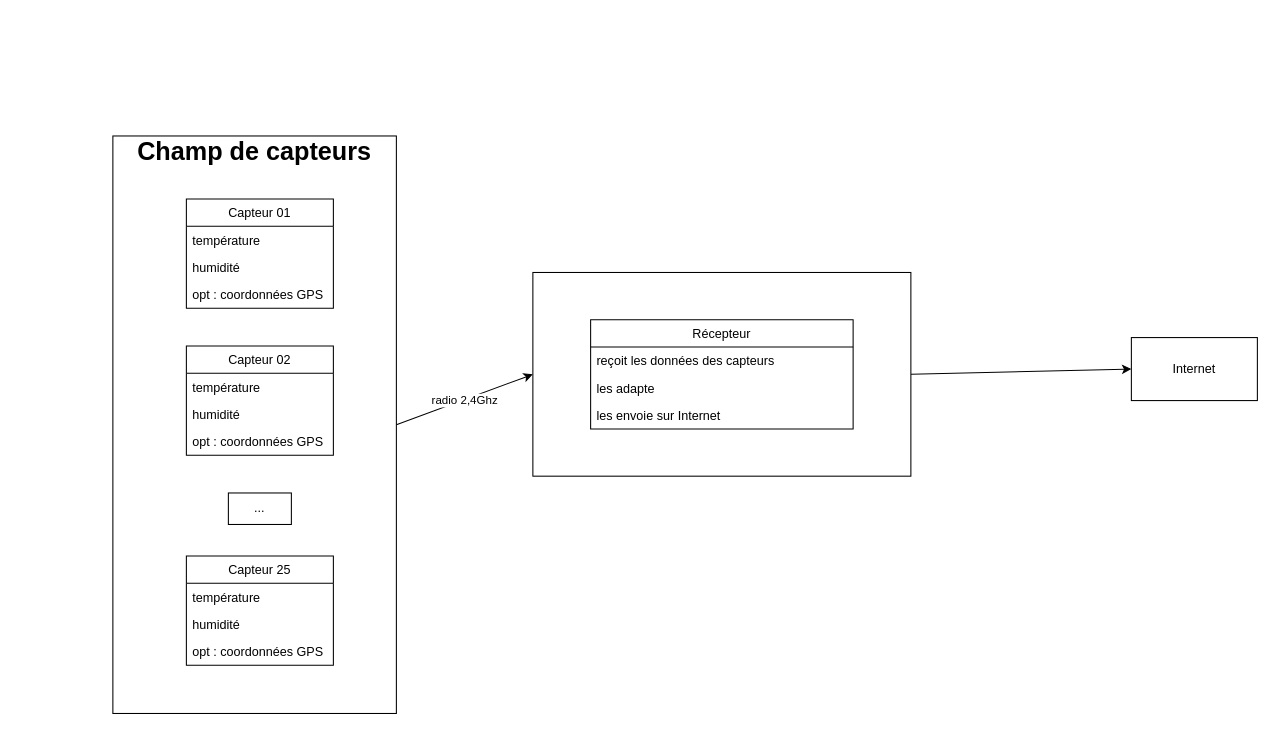
Before: Diagramme.drawio in Gdonzeau/Frost, a draw.io diagram. Source tidied: cells renumbered, new cells numbered last; positions are measured from the earlier drawing's top-left corner, leaving out a move shared by most shapes. Both pictures are drawn from the tidied source at 105%, with x=0, y=0 at pixel (112, 135).
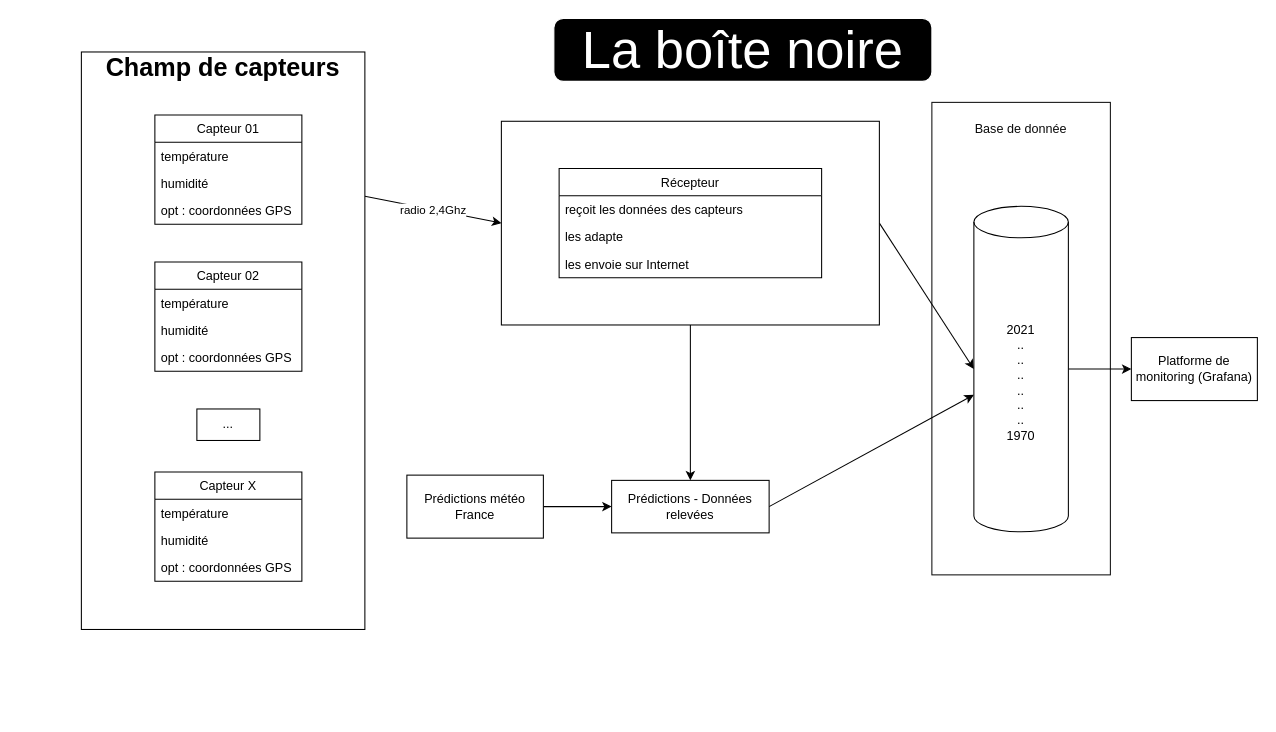
The same page after the edit.

Commit message:
Ajustement après les apports de Yoan

Change to the diagram source:
```diff
@@
+    <mxCell id="26" value="&lt;p style=&quot;font-size: 12px;&quot;&gt;&lt;font color=&quot;#0a0a0a&quot; style=&quot;line-height: 0.3; font-size: 12px;&quot;&gt;Base de donnée&lt;/font&gt;&lt;/p&gt;" style="rounded=0;whiteSpace=wrap;html=1;fontSize=12;fontColor=#FFFFFF;strokeColor=#0F0F0F;fillColor=#FFFFFF;verticalAlign=top;" parent="1" vertex="1">
+      <mxGeometry x="780" y="-32" width="170" height="450" as="geometry" />
+    </mxCell>
-    <mxCell id="2" style="rounded=0;jettySize=auto;html=1;exitX=1;exitY=0.5;exitDx=0;exitDy=0;entryX=0;entryY=0.5;entryDx=0;entryDy=0;" parent="1" edge="1" source="4" target="20">
+    <mxCell id="2" style="rounded=0;jettySize=auto;html=1;exitX=1;exitY=0.25;exitDx=0;exitDy=0;entryX=0;entryY=0.5;entryDx=0;entryDy=0;" parent="1" edge="1" source="4" target="20">
       <mxGeometry relative="1" as="geometry" />
     </mxCell>
@@
+    <mxCell id="27" style="rounded=0;jettySize=auto;html=1;exitX=0.5;exitY=1;exitDx=0;exitDy=0;entryX=0.5;entryY=0;entryDx=0;entryDy=0;" parent="1" edge="1" source="20" target="32">
+      <mxGeometry relative="1" as="geometry" />
+    </mxCell>
+    <mxCell id="28" style="rounded=0;jettySize=auto;html=1;exitX=1;exitY=0.5;exitDx=0;exitDy=0;entryX=0;entryY=0.5;entryDx=0;entryDy=0;entryPerimeter=0;" parent="1" edge="1" source="20" target="34">
+      <mxGeometry relative="1" as="geometry" />
+    </mxCell>
+    <mxCell id="25" value="Platforme de monitoring (Grafana)" style="rounded=0;whiteSpace=wrap;html=1;" parent="1" vertex="1">
+      <mxGeometry x="970" y="192" width="120" height="60" as="geometry" />
+    </mxCell>
+    <mxCell id="29" style="edgeStyle=orthogonalEdgeStyle;rounded=0;jettySize=auto;html=1;exitX=1;exitY=0.5;exitDx=0;exitDy=0;entryX=0;entryY=0.5;entryDx=0;entryDy=0;" parent="1" edge="1" source="30" target="32">
+      <mxGeometry relative="1" as="geometry" />
+    </mxCell>
+    <mxCell id="30" value="Prédictions météo France" style="rounded=0;whiteSpace=wrap;html=1;" parent="1" vertex="1">
+      <mxGeometry x="280" y="323" width="130" height="60" as="geometry" />
+    </mxCell>
+    <mxCell id="31" style="rounded=0;jettySize=auto;html=1;exitX=1;exitY=0.5;exitDx=0;exitDy=0;" parent="1" edge="1" source="32" target="34">
+      <mxGeometry relative="1" as="geometry" />
+    </mxCell>
+    <mxCell id="32" value="Prédictions - Données relevées" style="rounded=0;whiteSpace=wrap;html=1;" parent="1" vertex="1">
+      <mxGeometry x="475" y="328" width="150" height="50" as="geometry" />
+    </mxCell>
+    <mxCell id="33" style="rounded=0;jettySize=auto;html=1;exitX=1;exitY=0.5;exitDx=0;exitDy=0;exitPerimeter=0;entryX=0;entryY=0.5;entryDx=0;entryDy=0;" parent="1" edge="1" source="34" target="25">
+      <mxGeometry relative="1" as="geometry" />
+    </mxCell>
+    <mxCell id="34" value="2021&lt;br&gt;..&lt;br&gt;..&lt;br&gt;..&lt;br&gt;..&lt;br&gt;..&lt;br&gt;..&lt;br&gt;1970" style="shape=cylinder3;whiteSpace=wrap;html=1;boundedLbl=1;backgroundOutline=1;size=15;" parent="1" vertex="1">
+      <mxGeometry x="820" y="67" width="90" height="310" as="geometry" />
+    </mxCell>
+    <mxCell id="35" value="&lt;font color=&quot;#ffffff&quot; style=&quot;font-size: 50px&quot;&gt;La boîte noire&lt;/font&gt;" style="rounded=1;whiteSpace=wrap;html=1;fillColor=#000000;strokeColor=#FFFFFF;" parent="1" vertex="1">
+      <mxGeometry x="420" y="-112" width="360" height="60" as="geometry" />
+    </mxCell>
+    <mxCell id="36" style="group;" parent="1" vertex="1">
+      <mxGeometry x="-90" y="-32" width="270" height="550" as="geometry" />
+    </mxCell>
+    <mxCell id="37" style="group;" parent="36" vertex="1">
+      <mxGeometry x="60" y="-48" width="270" height="550" as="geometry" />
+    </mxCell>
-    <mxCell id="4" value="&lt;h1&gt;&lt;br&gt;&lt;/h1&gt;" style="rounded=0;whiteSpace=wrap;html=1;strokeColor=default;" parent="1" vertex="1">
+    <mxCell id="4" value="&lt;h1&gt;&lt;br&gt;&lt;/h1&gt;" style="rounded=0;whiteSpace=wrap;html=1;strokeColor=default;" parent="37" vertex="1">
       <mxGeometry width="270" height="550" as="geometry" />
     </mxCell>
-    <mxCell id="5" value="Capteur 01" style="swimlane;fontStyle=0;horizontal=1;startSize=26;fillColor=none;" parent="1" vertex="1">
+    <mxCell id="5" value="Capteur 01" style="swimlane;fontStyle=0;horizontal=1;startSize=26;fillColor=none;" parent="37" vertex="1">
       <mxGeometry x="70" y="60" width="140" height="104" as="geometry" />
     </mxCell>
@@
-    <mxCell id="9" value="Capteur 02" style="swimlane;fontStyle=0;horizontal=1;startSize=26;fillColor=none;" parent="1" vertex="1">
+    <mxCell id="9" value="Capteur 02" style="swimlane;fontStyle=0;horizontal=1;startSize=26;fillColor=none;" parent="37" vertex="1">
       <mxGeometry x="70" y="200" width="140" height="104" as="geometry" />
     </mxCell>
@@
-    <mxCell id="13" value="Capteur 25" style="swimlane;fontStyle=0;horizontal=1;startSize=26;fillColor=none;" parent="1" vertex="1">
+    <mxCell id="13" value="Capteur X" style="swimlane;fontStyle=0;horizontal=1;startSize=26;fillColor=none;" parent="37" vertex="1">
       <mxGeometry x="70" y="400" width="140" height="104" as="geometry" />
     </mxCell>
@@
-    <mxCell id="17" value="..." style="text;html=1;strokeColor=default;fillColor=none;align=center;verticalAlign=middle;whiteSpace=wrap;rounded=0;" parent="1" vertex="1">
+    <mxCell id="17" value="..." style="text;html=1;strokeColor=default;fillColor=none;align=center;verticalAlign=middle;whiteSpace=wrap;rounded=0;" parent="37" vertex="1">
       <mxGeometry x="110" y="340" width="60" height="30" as="geometry" />
     </mxCell>
-    <mxCell id="18" value="&lt;h1&gt;Champ de capteurs&lt;/h1&gt;" style="text;html=1;strokeColor=none;fillColor=none;align=center;verticalAlign=middle;whiteSpace=wrap;rounded=0;" parent="1" vertex="1">
+    <mxCell id="18" value="&lt;h1&gt;Champ de capteurs&lt;/h1&gt;" style="text;html=1;strokeColor=none;fillColor=none;align=center;verticalAlign=middle;whiteSpace=wrap;rounded=0;" parent="37" vertex="1">
       <mxGeometry width="270" height="30" as="geometry" />
     </mxCell>
-    <mxCell id="19" style="rounded=0;jettySize=auto;html=1;exitX=1;exitY=0.5;exitDx=0;exitDy=0;entryX=0;entryY=0.5;entryDx=0;entryDy=0;" parent="1" edge="1" source="20" target="25">
-      <mxGeometry relative="1" as="geometry" />
-    </mxCell>
+    <mxCell id="38" style="group;" parent="1" vertex="1">
+      <mxGeometry x="370" y="-14" width="360" height="194" as="geometry" />
+    </mxCell>
-    <mxCell id="20" style="rounded=0;whiteSpace=wrap;html=1;strokeColor=default;" parent="1" vertex="1">
-      <mxGeometry x="400" y="130" width="360" height="194" as="geometry" />
+    <mxCell id="20" style="rounded=0;whiteSpace=wrap;html=1;strokeColor=default;" parent="38" vertex="1">
+      <mxGeometry width="360" height="194" as="geometry" />
     </mxCell>
-    <mxCell id="21" value="Récepteur" style="swimlane;fontStyle=0;horizontal=1;startSize=26;fillColor=none;strokeColor=default;" parent="1" vertex="1">
-      <mxGeometry x="455" y="175" width="250" height="104" as="geometry" />
+    <mxCell id="21" value="Récepteur" style="swimlane;fontStyle=0;horizontal=1;startSize=26;fillColor=none;strokeColor=default;" parent="38" vertex="1">
+      <mxGeometry x="55" y="45" width="250" height="104" as="geometry" />
     </mxCell>
@@
-    <mxCell id="25" value="Internet" style="rounded=0;whiteSpace=wrap;html=1;" parent="1" vertex="1">
-      <mxGeometry x="970" y="192" width="120" height="60" as="geometry" />
-    </mxCell>
```
